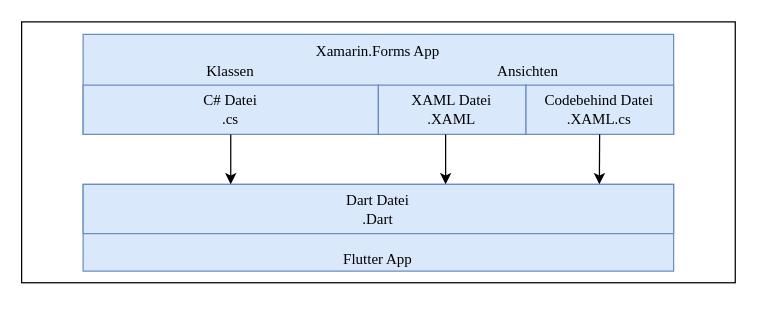
This is Images/Compiler/CompilerArchitecture.drawio from JulianPasque/Masterthesis, a draw.io file, before an edit. Source tidied: cells renumbered, new cells numbered last; positions are measured from the earlier drawing's top-left corner, leaving out a move shared by most shapes. Both pictures are drawn from the tidied source at 125%, with x=0, y=0 at pixel (21, 21).
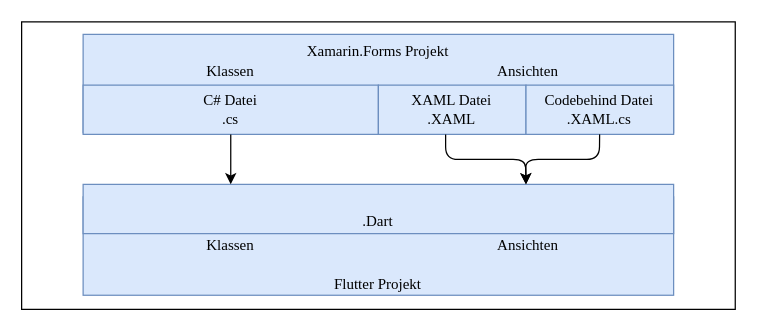
The same diagram, later.

What changed in the source:
```diff
@@
 <mxGraphModel>
   <root>
     <mxCell id="0" />
     <mxCell id="1" parent="0" />
     <mxCell id="2" style="rounded=0;whiteSpace=wrap;html=1;fontFamily=Times New Roman;" parent="1" vertex="1">
-      <mxGeometry x="-0.2" width="570.9" height="208.7" as="geometry" />
+      <mxGeometry x="-0.2" width="570.9" height="230" as="geometry" />
     </mxCell>
-    <mxCell id="3" value="Flutter App" style="rounded=0;whiteSpace=wrap;html=1;fontFamily=Times New Roman;verticalAlign=bottom;fillColor=#dae8fc;strokeColor=#6c8ebf;" parent="1" vertex="1">
-      <mxGeometry x="49" y="130" width="472.4" height="69.4" as="geometry" />
+    <mxCell id="3" value="Flutter Projekt" style="rounded=0;whiteSpace=wrap;html=1;fontFamily=Times New Roman;verticalAlign=bottom;fillColor=#dae8fc;strokeColor=#6c8ebf;" parent="1" vertex="1">
+      <mxGeometry x="49" y="140" width="472.4" height="78.7" as="geometry" />
     </mxCell>
-    <mxCell id="4" value="Xamarin.Forms App" style="rounded=0;whiteSpace=wrap;html=1;verticalAlign=top;fontFamily=Times New Roman;fillColor=#dae8fc;strokeColor=#6c8ebf;" parent="1" vertex="1">
-      <mxGeometry x="49" y="10" width="472.4" height="80" as="geometry" />
+    <mxCell id="4" value="Xamarin.Forms Projekt" style="rounded=0;whiteSpace=wrap;html=1;verticalAlign=top;fontFamily=Times New Roman;fillColor=#dae8fc;strokeColor=#6c8ebf;" parent="1" vertex="1">
+      <mxGeometry x="49" y="10" width="472.4" height="78.7" as="geometry" />
     </mxCell>
     <mxCell id="5" value="C# Datei&lt;br&gt;.cs" style="rounded=0;whiteSpace=wrap;html=1;fontFamily=Times New Roman;fillColor=#dae8fc;strokeColor=#6c8ebf;" parent="1" vertex="1">
       <mxGeometry x="49" y="50.6" width="236.2" height="39.4" as="geometry" />
     </mxCell>
     <mxCell id="6" value="XAML Datei&lt;br&gt;.XAML" style="rounded=0;whiteSpace=wrap;html=1;fontFamily=Times New Roman;fillColor=#dae8fc;strokeColor=#6c8ebf;" parent="1" vertex="1">
       <mxGeometry x="285.2" y="50.6" width="118.1" height="39.4" as="geometry" />
     </mxCell>
     <mxCell id="7" value="Codebehind Datei&lt;br&gt;.XAML.cs" style="rounded=0;whiteSpace=wrap;html=1;fontFamily=Times New Roman;fillColor=#dae8fc;strokeColor=#6c8ebf;" parent="1" vertex="1">
       <mxGeometry x="403.3" y="50.6" width="118.1" height="39.4" as="geometry" />
     </mxCell>
     <mxCell id="8" value="Klassen" style="text;html=1;strokeColor=none;fillColor=none;align=center;verticalAlign=middle;whiteSpace=wrap;rounded=0;fontFamily=Times New Roman;" parent="1" vertex="1">
       <mxGeometry x="101.1" y="30" width="132" height="20" as="geometry" />
     </mxCell>
     <mxCell id="9" value="Ansichten" style="text;html=1;strokeColor=none;fillColor=none;align=center;verticalAlign=middle;whiteSpace=wrap;rounded=0;fontFamily=Times New Roman;" parent="1" vertex="1">
       <mxGeometry x="339" y="30" width="132" height="20" as="geometry" />
     </mxCell>
-    <mxCell id="10" value="Dart Datei&lt;br&gt;.Dart" style="rounded=0;whiteSpace=wrap;html=1;fontFamily=Times New Roman;fillColor=#dae8fc;strokeColor=#6c8ebf;" parent="1" vertex="1">
+    <mxCell id="10" value=".Dart" style="rounded=0;whiteSpace=wrap;html=1;fontFamily=Times New Roman;fillColor=#dae8fc;strokeColor=#6c8ebf;verticalAlign=bottom;" parent="1" vertex="1">
       <mxGeometry x="49" y="130" width="472.4" height="39.4" as="geometry" />
     </mxCell>
     <mxCell id="11" style="endArrow=classic;html=1;fontFamily=Times New Roman;exitX=0.5;exitY=1;exitDx=0;exitDy=0;entryX=0.25;entryY=0;entryDx=0;entryDy=0;" parent="1" edge="1" source="5" target="10">
       <mxGeometry relative="1" as="geometry" />
     </mxCell>
-    <mxCell id="12" style="endArrow=classic;html=1;fontFamily=Times New Roman;exitX=0.5;exitY=1;exitDx=0;exitDy=0;" parent="1" edge="1">
+    <mxCell id="12" style="endArrow=classic;html=1;fontFamily=Times New Roman;exitX=0.5;exitY=1;exitDx=0;exitDy=0;entryX=0.75;entryY=0;entryDx=0;entryDy=0;" parent="1" edge="1" target="10">
       <mxGeometry relative="1" as="geometry">
         <mxPoint x="339" y="90" as="sourcePoint" />
-        <mxPoint x="339" y="130" as="targetPoint" />
+        <Array as="points">
+          <mxPoint x="339" y="110" />
+          <mxPoint x="403" y="110" />
+        </Array>
       </mxGeometry>
     </mxCell>
-    <mxCell id="13" style="endArrow=classic;html=1;fontFamily=Times New Roman;exitX=0.5;exitY=1;exitDx=0;exitDy=0;" parent="1" edge="1">
+    <mxCell id="13" style="endArrow=classic;html=1;fontFamily=Times New Roman;exitX=0.5;exitY=1;exitDx=0;exitDy=0;entryX=0.75;entryY=0;entryDx=0;entryDy=0;" parent="1" edge="1" target="10">
       <mxGeometry relative="1" as="geometry">
         <mxPoint x="462.2" y="90" as="sourcePoint" />
-        <mxPoint x="462" y="130" as="targetPoint" />
+        <Array as="points">
+          <mxPoint x="462" y="110" />
+          <mxPoint x="403" y="110" />
+        </Array>
       </mxGeometry>
     </mxCell>
+    <mxCell id="14" value="Klassen" style="text;html=1;strokeColor=none;fillColor=none;align=center;verticalAlign=middle;whiteSpace=wrap;rounded=0;fontFamily=Times New Roman;" parent="1" vertex="1">
+      <mxGeometry x="101.1" y="169.4" width="132" height="20" as="geometry" />
+    </mxCell>
+    <mxCell id="15" value="Ansichten" style="text;html=1;strokeColor=none;fillColor=none;align=center;verticalAlign=middle;whiteSpace=wrap;rounded=0;fontFamily=Times New Roman;" parent="1" vertex="1">
+      <mxGeometry x="339" y="169.4" width="132" height="20" as="geometry" />
+    </mxCell>
   </root>
 </mxGraphModel>
```
